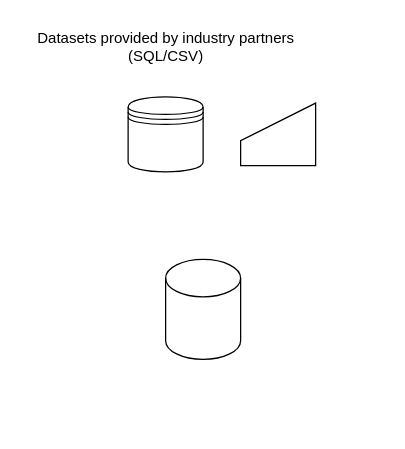
Above: research framework.drawio in datou7119/Figures (draw.io), before the change. Source tidied: cells renumbered, new cells numbered last; positions are measured from the earlier drawing's top-left corner, leaving out a move shared by most shapes. Both pictures are drawn from the tidied source at 125%, with x=0, y=0 at pixel (21, 21).
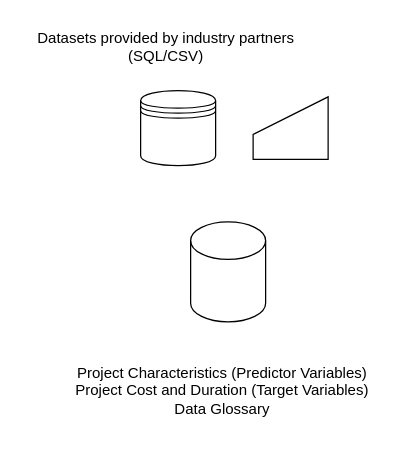
Above is the later version.

Change to the diagram source:
```diff
@@
 <mxGraphModel>
   <root>
     <mxCell id="0" />
     <mxCell id="1" parent="0" />
     <mxCell id="2" style="shape=manualInput;whiteSpace=wrap;html=1;" parent="1" vertex="1">
-      <mxGeometry x="175" y="65" width="60" height="50" as="geometry" />
+      <mxGeometry x="185" y="60" width="60" height="50" as="geometry" />
     </mxCell>
     <mxCell id="3" style="shape=datastore;whiteSpace=wrap;html=1;" parent="1" vertex="1">
-      <mxGeometry x="85" y="60" width="60" height="60" as="geometry" />
+      <mxGeometry x="95" y="55" width="60" height="60" as="geometry" />
     </mxCell>
     <mxCell id="4" style="shape=cylinder3;whiteSpace=wrap;html=1;boundedLbl=1;backgroundOutline=1;size=15;" parent="1" vertex="1">
-      <mxGeometry x="115" y="190" width="60" height="80" as="geometry" />
+      <mxGeometry x="135" y="160" width="60" height="80" as="geometry" />
     </mxCell>
     <mxCell id="5" value="Datasets provided by industry partners&lt;br&gt;(SQL/CSV)" style="text;html=1;align=center;verticalAlign=middle;strokeColor=none;fillColor=none;" parent="1" vertex="1">
       <mxGeometry width="230" height="40" as="geometry" />
     </mxCell>
+    <mxCell id="6" value="Project Characteristics (Predictor Variables)&lt;br&gt;Project Cost and Duration (Target Variables)&lt;br&gt;Data Glossary" style="text;html=1;align=center;verticalAlign=middle;strokeColor=none;fillColor=none;" parent="1" vertex="1">
+      <mxGeometry x="30" y="265" width="260" height="60" as="geometry" />
+    </mxCell>
   </root>
 </mxGraphModel>
```
